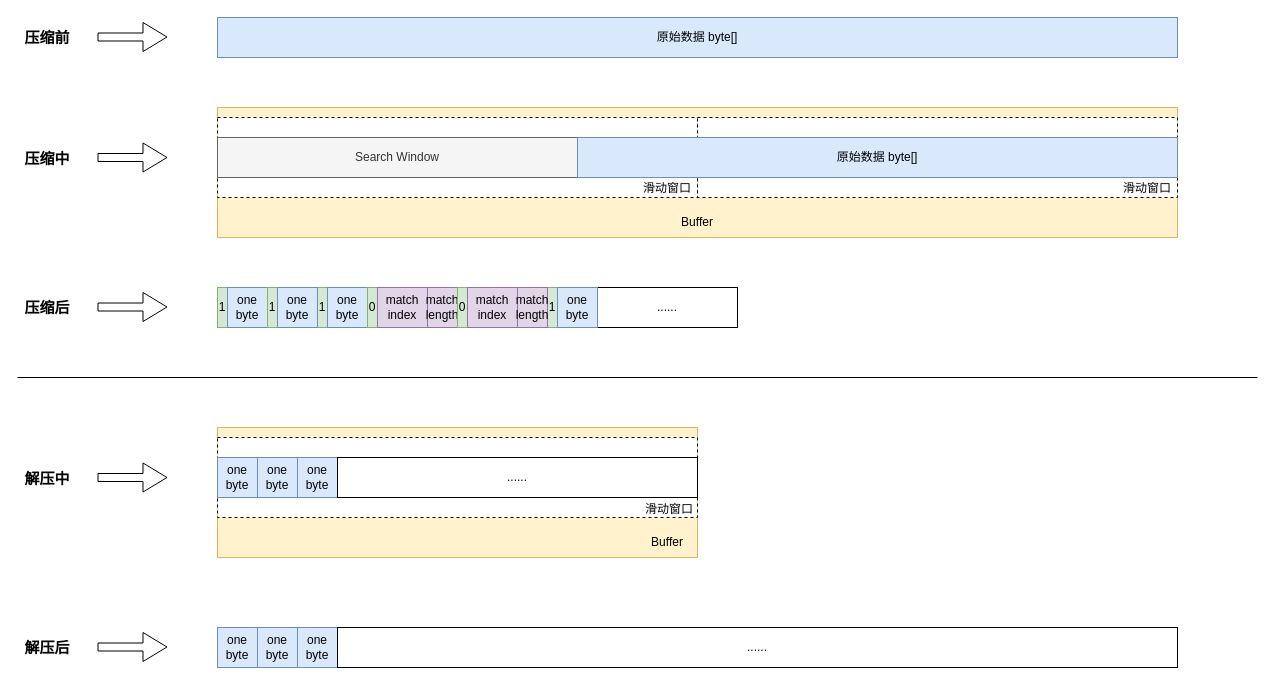
Before: LZSS算法原理.drawio in blankbro/draw.io, a draw.io diagram. Source tidied: cells renumbered, new cells numbered last; positions are measured from the earlier drawing's top-left corner, leaving out a move shared by most shapes. Both pictures are drawn from the tidied source at 100%, with x=0, y=0 at pixel (17, 17).
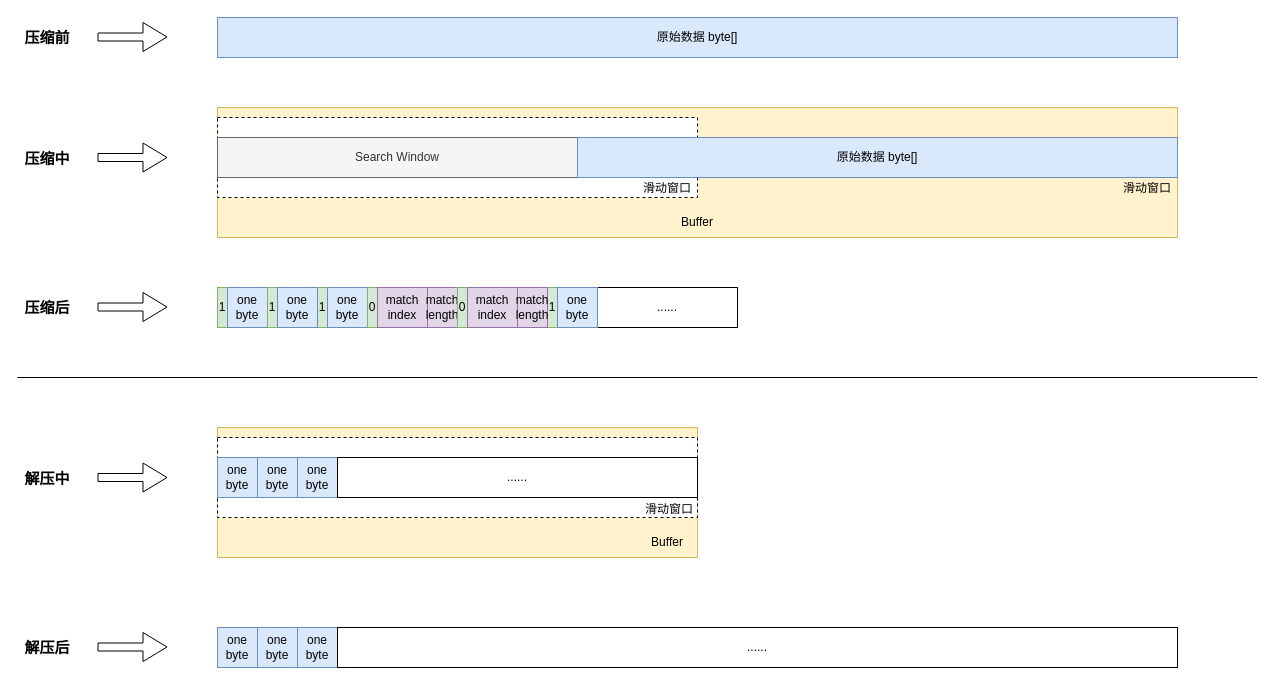
Above is the later version.

Commit message:
更新LZSS算法原理.drawio

Diff of the diagram source:
```diff
@@
-    <mxCell id="34" style="rounded=0;whiteSpace=wrap;html=1;fillColor=default;dashed=1;" parent="1" vertex="1">
-      <mxGeometry x="680" y="100" width="480" height="80" as="geometry" />
-    </mxCell>
```
